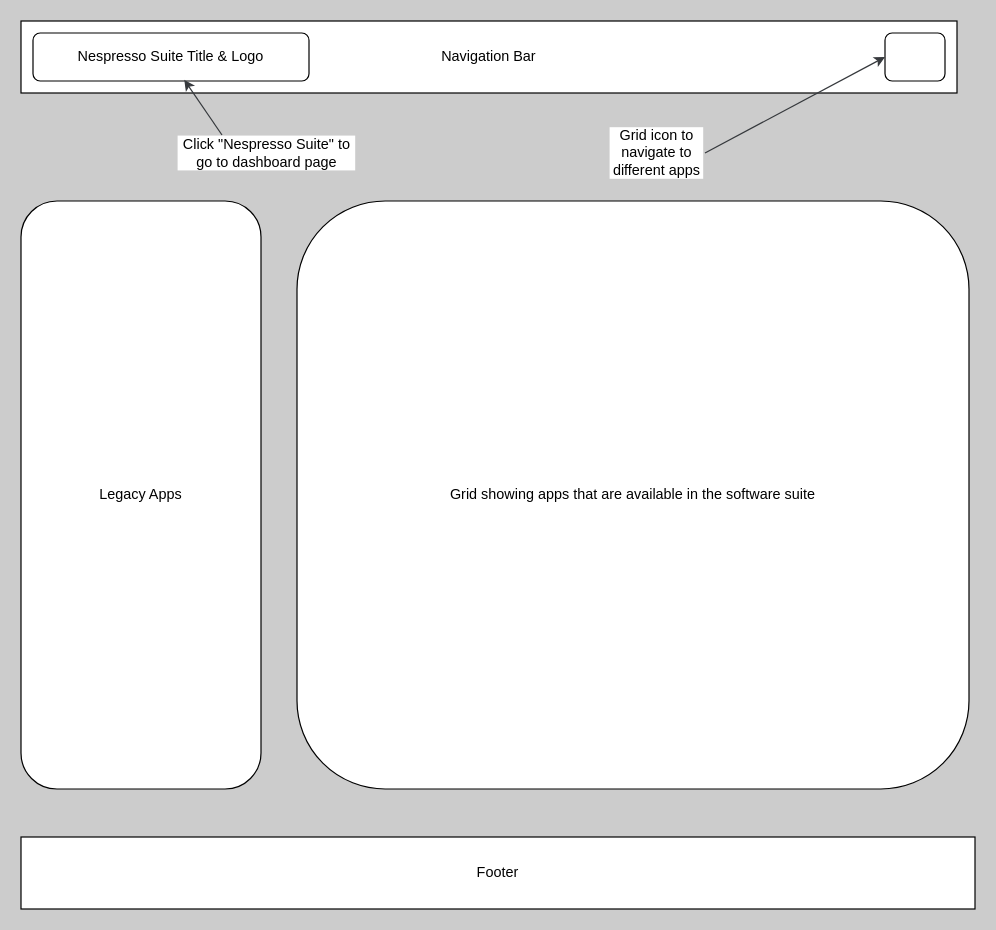
This is README_Images/Dashboard.drawio from kjeshang/nespresso-suite, a draw.io file, before an edit. Source tidied: cells renumbered, new cells numbered last; positions are measured from the earlier drawing's top-left corner, leaving out a move shared by most shapes. Both pictures are drawn from the tidied source at 120%, with x=0, y=0 at pixel (20, 20).
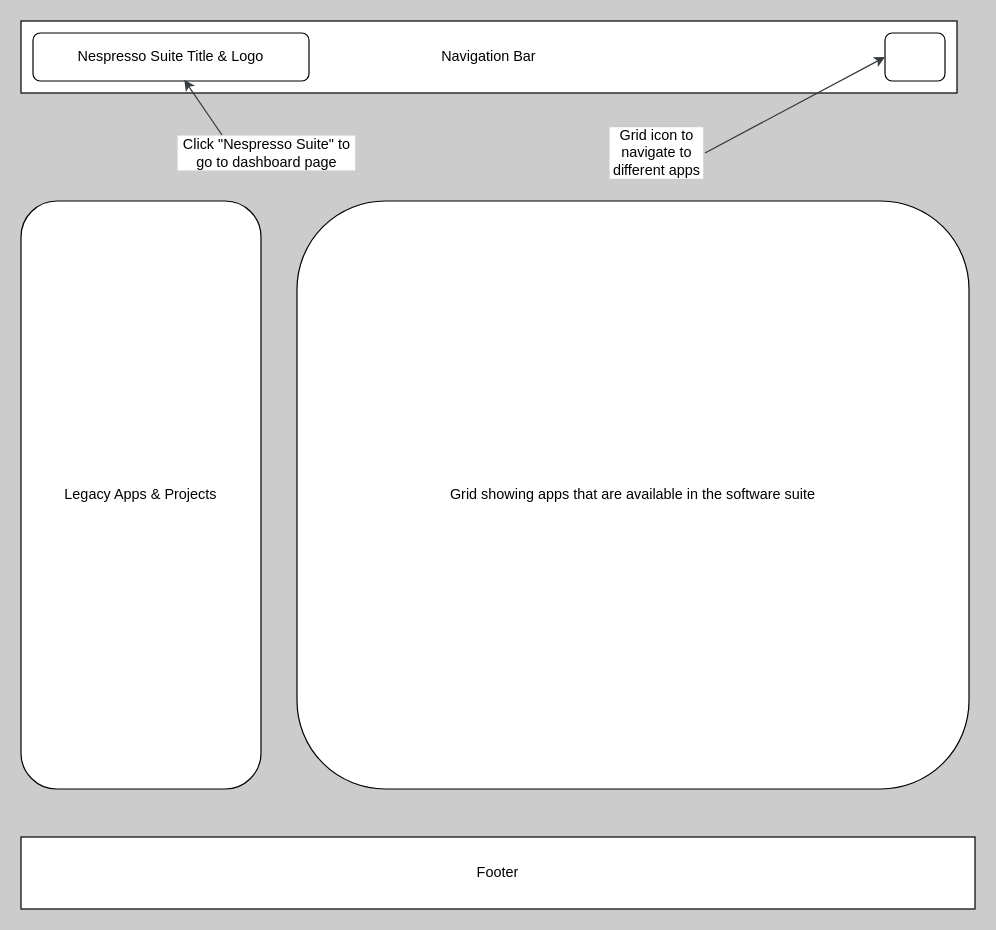
The same diagram, later.

Diff of the diagram source:
```diff
@@
 <mxGraphModel background="#CCCCCC">
   <root>
     <mxCell id="0" />
     <mxCell id="1" parent="0" />
     <mxCell id="2" value="Navigation Bar" style="rounded=0;whiteSpace=wrap;html=1;" parent="1" vertex="1">
       <mxGeometry width="780" height="60" as="geometry" />
     </mxCell>
     <mxCell id="3" value="Footer" style="rounded=0;whiteSpace=wrap;html=1;" parent="1" vertex="1">
       <mxGeometry y="680" width="795" height="60" as="geometry" />
     </mxCell>
     <mxCell id="4" style="rounded=1;whiteSpace=wrap;html=1;" parent="1" vertex="1">
       <mxGeometry x="720" y="10" width="50" height="40" as="geometry" />
     </mxCell>
     <mxCell id="5" value="Nespresso Suite Title &amp;amp; Logo" style="rounded=1;whiteSpace=wrap;html=1;" parent="1" vertex="1">
       <mxGeometry x="10" y="10" width="230" height="40" as="geometry" />
     </mxCell>
     <mxCell id="6" style="edgeStyle=none;html=1;exitX=1;exitY=0.5;exitDx=0;exitDy=0;entryX=0;entryY=0.5;entryDx=0;entryDy=0;labelBorderColor=#FFFFFF;textShadow=1;fillColor=#f9f7ed;strokeColor=#36393d;" parent="1" edge="1" source="7" target="4">
       <mxGeometry relative="1" as="geometry" />
     </mxCell>
     <mxCell id="7" value="Grid icon to navigate to different apps" style="text;html=1;align=center;verticalAlign=middle;whiteSpace=wrap;rounded=0;labelBackgroundColor=#FFFFFF;" parent="1" vertex="1">
       <mxGeometry x="490" y="80" width="80" height="60" as="geometry" />
     </mxCell>
     <mxCell id="8" value="Click &quot;Nespresso Suite&quot; to go to dashboard page" style="text;html=1;align=center;verticalAlign=middle;whiteSpace=wrap;rounded=0;labelBackgroundColor=#FFFFFF;" parent="1" vertex="1">
       <mxGeometry x="130" y="95" width="150" height="30" as="geometry" />
     </mxCell>
     <mxCell id="9" style="edgeStyle=none;html=1;exitX=0.25;exitY=0;exitDx=0;exitDy=0;entryX=0.548;entryY=0.975;entryDx=0;entryDy=0;entryPerimeter=0;labelBorderColor=#FFFFFF;textShadow=1;fillColor=#f9f7ed;strokeColor=#36393d;" parent="1" edge="1" source="8" target="5">
       <mxGeometry relative="1" as="geometry" />
     </mxCell>
-    <mxCell id="10" value="Legacy Apps" style="rounded=1;whiteSpace=wrap;html=1;" parent="1" vertex="1">
+    <mxCell id="10" value="Legacy Apps &amp;amp; Projects" style="rounded=1;whiteSpace=wrap;html=1;" parent="1" vertex="1">
       <mxGeometry y="150" width="200" height="490" as="geometry" />
     </mxCell>
     <mxCell id="11" value="Grid showing apps that are available in the software suite" style="rounded=1;whiteSpace=wrap;html=1;" parent="1" vertex="1">
       <mxGeometry x="230" y="150" width="560" height="490" as="geometry" />
     </mxCell>
   </root>
 </mxGraphModel>
```
